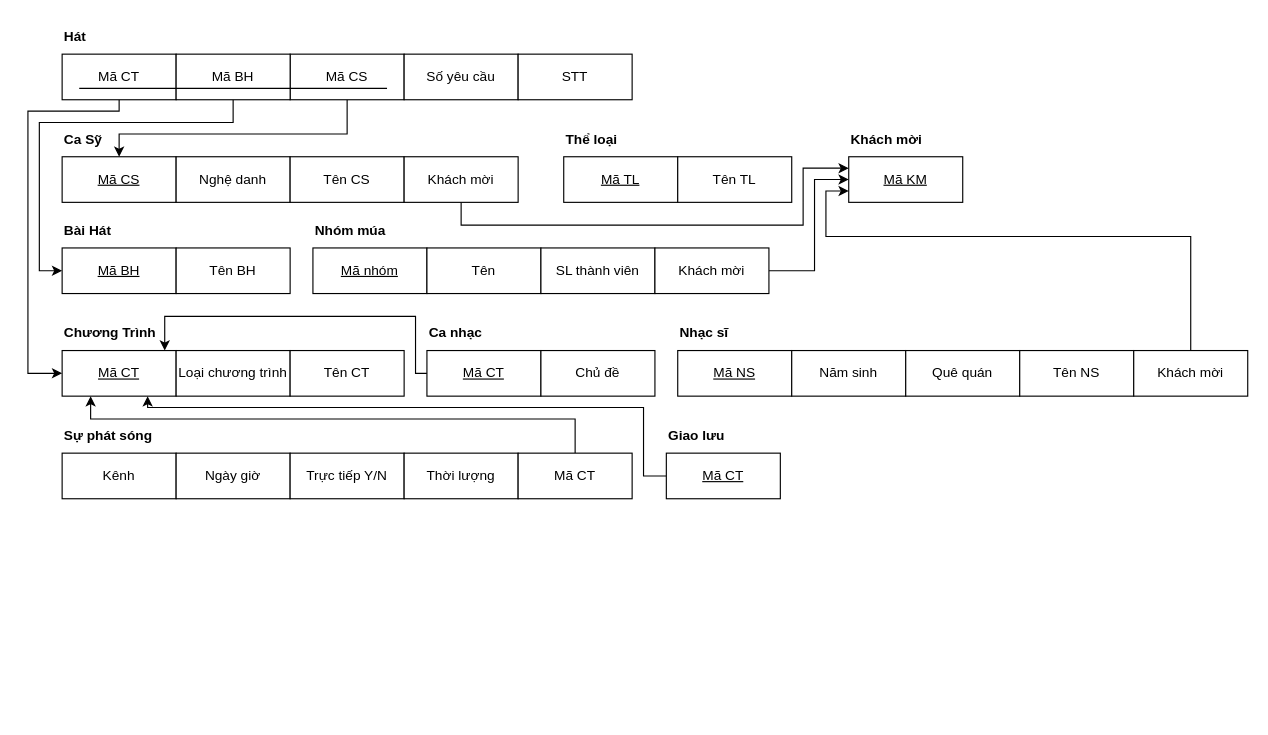
This is page "Page-4" (4 of 4) of lab3.drawio from quangmnh/drawio, a draw.io file, before an edit. Source tidied: cells renumbered, new cells numbered last; positions are measured from the earlier drawing's top-left corner, leaving out a move shared by most shapes. Both pictures are drawn from the tidied source at 114%, with x=0, y=0 at pixel (27, 19).
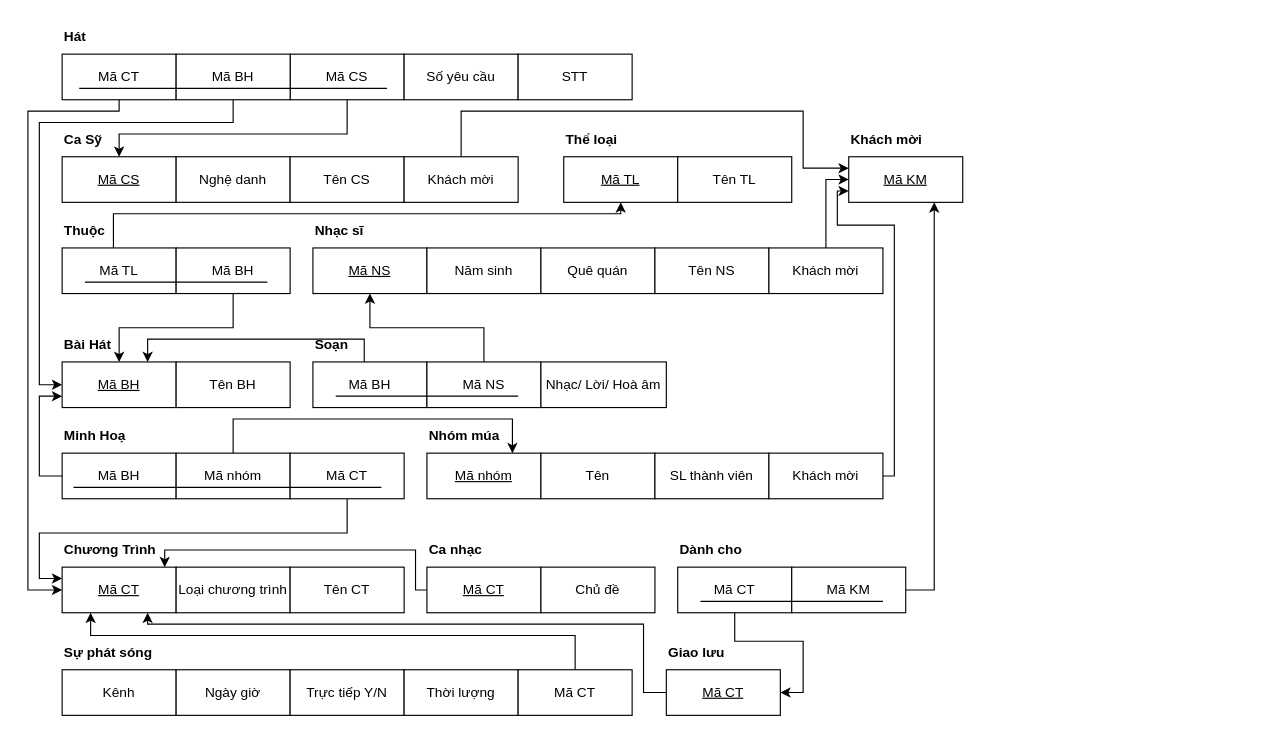
The same page after the edit.

Unchanged cells that the change refers to:
```xml
<mxCell id="29" value="&lt;u&gt;Mã TL&lt;/u&gt;" style="whiteSpace=wrap;html=1;align=center;" parent="1" vertex="1">
  <mxGeometry x="470" y="120" width="100" height="40" as="geometry" />
</mxCell>
<mxCell id="37" value="&lt;u&gt;Mã KM&lt;/u&gt;" style="whiteSpace=wrap;html=1;align=center;" parent="1" vertex="1">
  <mxGeometry x="720" y="120" width="100" height="40" as="geometry" />
</mxCell>
<mxCell id="40" value="Khách mời" style="whiteSpace=wrap;html=1;align=center;" parent="1" vertex="1">
  <mxGeometry x="330" y="120" width="100" height="40" as="geometry" />
</mxCell>
<mxCell id="46" value="Mã CT" style="whiteSpace=wrap;html=1;align=center;" parent="1" vertex="1">
  <mxGeometry x="30" y="30" width="100" height="40" as="geometry" />
</mxCell>
<mxCell id="51" value="Mã BH" style="whiteSpace=wrap;html=1;align=center;" parent="1" vertex="1">
  <mxGeometry x="130" y="30" width="100" height="40" as="geometry" />
</mxCell>
```

What changed in the source:
```diff
@@
     <mxCell id="6" value="&lt;u&gt;Mã BH&lt;/u&gt;" style="whiteSpace=wrap;html=1;align=center;" parent="1" vertex="1">
-      <mxGeometry x="30" y="200" width="100" height="40" as="geometry" />
+      <mxGeometry x="30" y="300" width="100" height="40" as="geometry" />
     </mxCell>
     <mxCell id="7" value="Tên BH" style="whiteSpace=wrap;html=1;align=center;" parent="1" vertex="1">
-      <mxGeometry x="130" y="200" width="100" height="40" as="geometry" />
+      <mxGeometry x="130" y="300" width="100" height="40" as="geometry" />
     </mxCell>
     <mxCell id="8" value="&lt;b&gt;Bài Hát&lt;/b&gt;" style="text;html=1;strokeColor=none;fillColor=none;align=left;verticalAlign=middle;whiteSpace=wrap;rounded=0;" parent="1" vertex="1">
-      <mxGeometry x="30" y="170" width="60" height="30" as="geometry" />
+      <mxGeometry x="30" y="270" width="60" height="30" as="geometry" />
     </mxCell>
     <mxCell id="9" value="&lt;u&gt;Mã CT&lt;/u&gt;" style="whiteSpace=wrap;html=1;align=center;" parent="1" vertex="1">
-      <mxGeometry x="30" y="290" width="100" height="40" as="geometry" />
+      <mxGeometry x="30" y="480" width="100" height="40" as="geometry" />
     </mxCell>
     <mxCell id="10" value="Loại chương trình" style="whiteSpace=wrap;html=1;align=center;" parent="1" vertex="1">
-      <mxGeometry x="130" y="290" width="100" height="40" as="geometry" />
+      <mxGeometry x="130" y="480" width="100" height="40" as="geometry" />
     </mxCell>
     <mxCell id="11" value="&lt;b&gt;Chương Trình&lt;/b&gt;" style="text;html=1;strokeColor=none;fillColor=none;align=left;verticalAlign=middle;whiteSpace=wrap;rounded=0;" parent="1" vertex="1">
-      <mxGeometry x="30" y="260" width="90" height="30" as="geometry" />
+      <mxGeometry x="30" y="450" width="90" height="30" as="geometry" />
     </mxCell>
     <mxCell id="12" value="Tên CT" style="whiteSpace=wrap;html=1;align=center;" parent="1" vertex="1">
-      <mxGeometry x="230" y="290" width="100" height="40" as="geometry" />
+      <mxGeometry x="230" y="480" width="100" height="40" as="geometry" />
     </mxCell>
     <mxCell id="13" value="Kênh" style="whiteSpace=wrap;html=1;align=center;" parent="1" vertex="1">
-      <mxGeometry x="30" y="380" width="100" height="40" as="geometry" />
+      <mxGeometry x="30" y="570" width="100" height="40" as="geometry" />
     </mxCell>
     <mxCell id="14" value="Ngày giờ" style="whiteSpace=wrap;html=1;align=center;" parent="1" vertex="1">
-      <mxGeometry x="130" y="380" width="100" height="40" as="geometry" />
+      <mxGeometry x="130" y="570" width="100" height="40" as="geometry" />
     </mxCell>
     <mxCell id="15" value="&lt;b&gt;Sự phát sóng&lt;/b&gt;" style="text;html=1;strokeColor=none;fillColor=none;align=left;verticalAlign=middle;whiteSpace=wrap;rounded=0;" parent="1" vertex="1">
-      <mxGeometry x="30" y="350" width="90" height="30" as="geometry" />
+      <mxGeometry x="30" y="540" width="90" height="30" as="geometry" />
     </mxCell>
     <mxCell id="16" value="Trực tiếp Y/N" style="whiteSpace=wrap;html=1;align=center;" parent="1" vertex="1">
-      <mxGeometry x="230" y="380" width="100" height="40" as="geometry" />
+      <mxGeometry x="230" y="570" width="100" height="40" as="geometry" />
     </mxCell>
     <mxCell id="17" value="Thời lượng" style="whiteSpace=wrap;html=1;align=center;" parent="1" vertex="1">
-      <mxGeometry x="330" y="380" width="100" height="40" as="geometry" />
+      <mxGeometry x="330" y="570" width="100" height="40" as="geometry" />
     </mxCell>
     <mxCell id="18" style="edgeStyle=orthogonalEdgeStyle;rounded=0;jettySize=auto;html=1;exitX=0;exitY=0.5;exitDx=0;exitDy=0;entryX=1;entryY=1;entryDx=0;entryDy=0;" parent="1" edge="1" source="19" target="11">
       <mxGeometry relative="1" as="geometry">
         <Array as="points">
-          <mxPoint x="340" y="310" />
-          <mxPoint x="340" y="260" />
-          <mxPoint x="120" y="260" />
+          <mxPoint x="340" y="500" />
+          <mxPoint x="340" y="465" />
+          <mxPoint x="120" y="465" />
         </Array>
       </mxGeometry>
     </mxCell>
     <mxCell id="19" value="&lt;u&gt;Mã CT&lt;/u&gt;" style="whiteSpace=wrap;html=1;align=center;" parent="1" vertex="1">
-      <mxGeometry x="350" y="290" width="100" height="40" as="geometry" />
+      <mxGeometry x="350" y="480" width="100" height="40" as="geometry" />
     </mxCell>
     <mxCell id="20" value="&lt;b&gt;Ca nhạc&lt;/b&gt;" style="text;html=1;strokeColor=none;fillColor=none;align=left;verticalAlign=middle;whiteSpace=wrap;rounded=0;" parent="1" vertex="1">
-      <mxGeometry x="350" y="260" width="90" height="30" as="geometry" />
+      <mxGeometry x="350" y="450" width="90" height="30" as="geometry" />
     </mxCell>
     <mxCell id="21" value="Chủ đề" style="whiteSpace=wrap;html=1;align=center;" parent="1" vertex="1">
-      <mxGeometry x="450" y="290" width="100" height="40" as="geometry" />
+      <mxGeometry x="450" y="480" width="100" height="40" as="geometry" />
     </mxCell>
     <mxCell id="22" style="edgeStyle=orthogonalEdgeStyle;rounded=0;jettySize=auto;html=1;exitX=0;exitY=0.5;exitDx=0;exitDy=0;entryX=0.75;entryY=1;entryDx=0;entryDy=0;" parent="1" edge="1" source="23" target="9">
       <mxGeometry relative="1" as="geometry">
         <Array as="points">
-          <mxPoint x="540" y="400" />
-          <mxPoint x="540" y="340" />
-          <mxPoint x="105" y="340" />
+          <mxPoint x="540" y="590" />
+          <mxPoint x="540" y="530" />
+          <mxPoint x="105" y="530" />
         </Array>
       </mxGeometry>
     </mxCell>
     <mxCell id="23" value="&lt;u&gt;Mã CT&lt;/u&gt;" style="whiteSpace=wrap;html=1;align=center;" parent="1" vertex="1">
-      <mxGeometry x="560" y="380" width="100" height="40" as="geometry" />
+      <mxGeometry x="560" y="570" width="100" height="40" as="geometry" />
     </mxCell>
     <mxCell id="24" value="&lt;b&gt;Giao lưu&lt;/b&gt;" style="text;html=1;strokeColor=none;fillColor=none;align=left;verticalAlign=middle;whiteSpace=wrap;rounded=0;" parent="1" vertex="1">
-      <mxGeometry x="560" y="350" width="90" height="30" as="geometry" />
+      <mxGeometry x="560" y="540" width="90" height="30" as="geometry" />
     </mxCell>
     <mxCell id="25" value="&lt;u&gt;Mã nhóm&lt;/u&gt;" style="whiteSpace=wrap;html=1;align=center;" parent="1" vertex="1">
-      <mxGeometry x="250" y="200" width="100" height="40" as="geometry" />
+      <mxGeometry x="350" y="380" width="100" height="40" as="geometry" />
     </mxCell>
     <mxCell id="26" value="&lt;b&gt;Nhóm múa&lt;/b&gt;" style="text;html=1;strokeColor=none;fillColor=none;align=left;verticalAlign=middle;whiteSpace=wrap;rounded=0;" parent="1" vertex="1">
-      <mxGeometry x="250" y="170" width="90" height="30" as="geometry" />
+      <mxGeometry x="350" y="350" width="90" height="30" as="geometry" />
     </mxCell>
     <mxCell id="27" value="Tên" style="whiteSpace=wrap;html=1;align=center;" parent="1" vertex="1">
-      <mxGeometry x="350" y="200" width="100" height="40" as="geometry" />
+      <mxGeometry x="450" y="380" width="100" height="40" as="geometry" />
     </mxCell>
     <mxCell id="28" value="SL thành viên" style="whiteSpace=wrap;html=1;align=center;" parent="1" vertex="1">
-      <mxGeometry x="450" y="200" width="100" height="40" as="geometry" />
+      <mxGeometry x="550" y="380" width="100" height="40" as="geometry" />
     </mxCell>
@@
     <mxCell id="32" value="&lt;u&gt;Mã NS&lt;/u&gt;" style="whiteSpace=wrap;html=1;align=center;" parent="1" vertex="1">
-      <mxGeometry x="570" y="290" width="100" height="40" as="geometry" />
+      <mxGeometry x="250" y="200" width="100" height="40" as="geometry" />
     </mxCell>
     <mxCell id="33" value="&lt;b&gt;Nhạc sĩ&lt;/b&gt;" style="text;html=1;strokeColor=none;fillColor=none;align=left;verticalAlign=middle;whiteSpace=wrap;rounded=0;" parent="1" vertex="1">
-      <mxGeometry x="570" y="260" width="90" height="30" as="geometry" />
+      <mxGeometry x="250" y="170" width="90" height="30" as="geometry" />
     </mxCell>
     <mxCell id="34" value="Năm sinh" style="whiteSpace=wrap;html=1;align=center;" parent="1" vertex="1">
-      <mxGeometry x="670" y="290" width="100" height="40" as="geometry" />
+      <mxGeometry x="350" y="200" width="100" height="40" as="geometry" />
     </mxCell>
     <mxCell id="35" value="Quê quán" style="whiteSpace=wrap;html=1;align=center;" parent="1" vertex="1">
-      <mxGeometry x="770" y="290" width="100" height="40" as="geometry" />
+      <mxGeometry x="450" y="200" width="100" height="40" as="geometry" />
     </mxCell>
     <mxCell id="36" value="Tên NS" style="whiteSpace=wrap;html=1;align=center;" parent="1" vertex="1">
-      <mxGeometry x="870" y="290" width="100" height="40" as="geometry" />
+      <mxGeometry x="550" y="200" width="100" height="40" as="geometry" />
     </mxCell>
@@
     <mxCell id="39" style="edgeStyle=orthogonalEdgeStyle;rounded=0;jettySize=auto;html=1;exitX=0.5;exitY=1;exitDx=0;exitDy=0;" parent="1" edge="1" source="40">
       <mxGeometry relative="1" as="geometry">
         <mxPoint x="720" y="130" as="targetPoint" />
         <Array as="points">
-          <mxPoint x="380" y="180" />
-          <mxPoint x="680" y="180" />
+          <mxPoint x="380" y="80" />
+          <mxPoint x="680" y="80" />
           <mxPoint x="680" y="130" />
         </Array>
       </mxGeometry>
     </mxCell>
@@
-    <mxCell id="41" style="edgeStyle=orthogonalEdgeStyle;rounded=0;jettySize=auto;html=1;exitX=1;exitY=0.5;exitDx=0;exitDy=0;entryX=0;entryY=0.5;entryDx=0;entryDy=0;" parent="1" edge="1" source="42" target="37">
+    <mxCell id="41" style="edgeStyle=orthogonalEdgeStyle;rounded=0;jettySize=auto;html=1;exitX=1;exitY=0.5;exitDx=0;exitDy=0;entryX=0;entryY=0.75;entryDx=0;entryDy=0;" parent="1" edge="1" source="42" target="37">
       <mxGeometry relative="1" as="geometry">
         <Array as="points">
-          <mxPoint x="690" y="220" />
-          <mxPoint x="690" y="140" />
+          <mxPoint x="760" y="400" />
+          <mxPoint x="760" y="180" />
+          <mxPoint x="710" y="180" />
+          <mxPoint x="710" y="150" />
         </Array>
       </mxGeometry>
     </mxCell>
     <mxCell id="42" value="Khách mời" style="whiteSpace=wrap;html=1;align=center;" parent="1" vertex="1">
-      <mxGeometry x="550" y="200" width="100" height="40" as="geometry" />
+      <mxGeometry x="650" y="380" width="100" height="40" as="geometry" />
     </mxCell>
-    <mxCell id="43" style="edgeStyle=orthogonalEdgeStyle;rounded=0;jettySize=auto;html=1;exitX=0.5;exitY=0;exitDx=0;exitDy=0;entryX=0;entryY=0.75;entryDx=0;entryDy=0;" parent="1" edge="1" source="44" target="37">
+    <mxCell id="43" style="edgeStyle=orthogonalEdgeStyle;rounded=0;jettySize=auto;html=1;exitX=0.5;exitY=0;exitDx=0;exitDy=0;entryX=0;entryY=0.5;entryDx=0;entryDy=0;" parent="1" edge="1" source="44" target="37">
       <mxGeometry relative="1" as="geometry">
         <Array as="points">
-          <mxPoint x="1020" y="190" />
-          <mxPoint x="700" y="190" />
-          <mxPoint x="700" y="150" />
+          <mxPoint x="700" y="140" />
         </Array>
       </mxGeometry>
     </mxCell>
     <mxCell id="44" value="Khách mời" style="whiteSpace=wrap;html=1;align=center;" parent="1" vertex="1">
-      <mxGeometry x="970" y="290" width="100" height="40" as="geometry" />
+      <mxGeometry x="650" y="200" width="100" height="40" as="geometry" />
     </mxCell>
     <mxCell id="45" style="edgeStyle=orthogonalEdgeStyle;rounded=0;jettySize=auto;html=1;exitX=0.5;exitY=1;exitDx=0;exitDy=0;entryX=0;entryY=0.5;entryDx=0;entryDy=0;" parent="1" edge="1" source="46" target="9">
       <mxGeometry relative="1" as="geometry">
         <Array as="points">
           <mxPoint x="80" y="80" />
           <mxPoint y="80" />
-          <mxPoint y="310" />
+          <mxPoint y="500" />
         </Array>
       </mxGeometry>
     </mxCell>
@@
     <mxCell id="50" style="edgeStyle=orthogonalEdgeStyle;rounded=0;jettySize=auto;html=1;exitX=0.5;exitY=1;exitDx=0;exitDy=0;entryX=0;entryY=0.5;entryDx=0;entryDy=0;" parent="1" edge="1" source="51" target="6">
       <mxGeometry relative="1" as="geometry">
         <Array as="points">
           <mxPoint x="180" y="90" />
           <mxPoint x="10" y="90" />
-          <mxPoint x="10" y="220" />
+          <mxPoint x="10" y="320" />
         </Array>
       </mxGeometry>
     </mxCell>
@@
     <mxCell id="55" style="edgeStyle=orthogonalEdgeStyle;rounded=0;jettySize=auto;html=1;exitX=0.5;exitY=0;exitDx=0;exitDy=0;entryX=0.25;entryY=1;entryDx=0;entryDy=0;" parent="1" edge="1" source="56" target="9">
       <mxGeometry relative="1" as="geometry">
         <Array as="points">
-          <mxPoint x="480" y="350" />
-          <mxPoint x="55" y="350" />
+          <mxPoint x="480" y="540" />
+          <mxPoint x="55" y="540" />
         </Array>
       </mxGeometry>
     </mxCell>
     <mxCell id="56" value="Mã CT" style="whiteSpace=wrap;html=1;align=center;" parent="1" vertex="1">
-      <mxGeometry x="430" y="380" width="100" height="40" as="geometry" />
+      <mxGeometry x="430" y="570" width="100" height="40" as="geometry" />
     </mxCell>
+    <mxCell id="57" style="edgeStyle=orthogonalEdgeStyle;rounded=0;jettySize=auto;html=1;exitX=0;exitY=0.5;exitDx=0;exitDy=0;entryX=0;entryY=0.75;entryDx=0;entryDy=0;" parent="1" edge="1" source="58" target="6">
+      <mxGeometry relative="1" as="geometry" />
+    </mxCell>
+    <mxCell id="58" value="Mã BH" style="whiteSpace=wrap;html=1;align=center;" parent="1" vertex="1">
+      <mxGeometry x="30" y="380" width="100" height="40" as="geometry" />
+    </mxCell>
+    <mxCell id="59" value="&lt;b&gt;Minh Hoạ&lt;/b&gt;" style="text;html=1;strokeColor=none;fillColor=none;align=left;verticalAlign=middle;whiteSpace=wrap;rounded=0;" parent="1" vertex="1">
+      <mxGeometry x="30" y="350" width="90" height="30" as="geometry" />
+    </mxCell>
+    <mxCell id="60" style="edgeStyle=orthogonalEdgeStyle;rounded=0;jettySize=auto;html=1;exitX=0.5;exitY=0;exitDx=0;exitDy=0;entryX=0.75;entryY=0;entryDx=0;entryDy=0;" parent="1" edge="1" source="61" target="25">
+      <mxGeometry relative="1" as="geometry">
+        <Array as="points">
+          <mxPoint x="180" y="350" />
+          <mxPoint x="425" y="350" />
+        </Array>
+      </mxGeometry>
+    </mxCell>
+    <mxCell id="61" value="Mã nhóm" style="whiteSpace=wrap;html=1;align=center;" parent="1" vertex="1">
+      <mxGeometry x="130" y="380" width="100" height="40" as="geometry" />
+    </mxCell>
+    <mxCell id="62" style="edgeStyle=orthogonalEdgeStyle;rounded=0;jettySize=auto;html=1;exitX=0.5;exitY=1;exitDx=0;exitDy=0;entryX=0;entryY=0.25;entryDx=0;entryDy=0;" parent="1" edge="1" source="63" target="9">
+      <mxGeometry relative="1" as="geometry" />
+    </mxCell>
+    <mxCell id="63" value="Mã CT" style="whiteSpace=wrap;html=1;align=center;" parent="1" vertex="1">
+      <mxGeometry x="230" y="380" width="100" height="40" as="geometry" />
+    </mxCell>
+    <mxCell id="64" style="endArrow=none;html=1;rounded=0;edgeStyle=orthogonalEdgeStyle;" parent="1" edge="1">
+      <mxGeometry relative="1" as="geometry">
+        <mxPoint x="40" y="410" as="sourcePoint" />
+        <mxPoint x="310" y="410" as="targetPoint" />
+      </mxGeometry>
+    </mxCell>
+    <mxCell id="65" value="Mã TL" style="whiteSpace=wrap;html=1;align=center;" parent="1" vertex="1">
+      <mxGeometry x="30" y="200" width="100" height="40" as="geometry" />
+    </mxCell>
+    <mxCell id="66" style="edgeStyle=orthogonalEdgeStyle;rounded=0;jettySize=auto;html=1;exitX=0.5;exitY=1;exitDx=0;exitDy=0;entryX=0.5;entryY=1;entryDx=0;entryDy=0;" parent="1" edge="1" source="67" target="29">
+      <mxGeometry relative="1" as="geometry">
+        <Array as="points">
+          <mxPoint x="75" y="170" />
+          <mxPoint x="520" y="170" />
+        </Array>
+      </mxGeometry>
+    </mxCell>
+    <mxCell id="67" value="&lt;b&gt;Thuộc&lt;/b&gt;" style="text;html=1;strokeColor=none;fillColor=none;align=left;verticalAlign=middle;whiteSpace=wrap;rounded=0;" parent="1" vertex="1">
+      <mxGeometry x="30" y="170" width="90" height="30" as="geometry" />
+    </mxCell>
+    <mxCell id="68" style="edgeStyle=orthogonalEdgeStyle;rounded=0;jettySize=auto;html=1;exitX=0.5;exitY=1;exitDx=0;exitDy=0;entryX=0.5;entryY=0;entryDx=0;entryDy=0;" parent="1" edge="1" source="69" target="6">
+      <mxGeometry relative="1" as="geometry" />
+    </mxCell>
+    <mxCell id="69" value="Mã BH" style="whiteSpace=wrap;html=1;align=center;" parent="1" vertex="1">
+      <mxGeometry x="130" y="200" width="100" height="40" as="geometry" />
+    </mxCell>
+    <mxCell id="70" style="endArrow=none;html=1;rounded=0;edgeStyle=orthogonalEdgeStyle;" parent="1" edge="1">
+      <mxGeometry relative="1" as="geometry">
+        <mxPoint x="50" y="230" as="sourcePoint" />
+        <mxPoint x="210" y="230" as="targetPoint" />
+      </mxGeometry>
+    </mxCell>
+    <mxCell id="71" value="Mã BH" style="whiteSpace=wrap;html=1;align=center;" parent="1" vertex="1">
+      <mxGeometry x="250" y="300" width="100" height="40" as="geometry" />
+    </mxCell>
+    <mxCell id="72" style="edgeStyle=orthogonalEdgeStyle;rounded=0;jettySize=auto;html=1;exitX=0.75;exitY=1;exitDx=0;exitDy=0;entryX=0.75;entryY=0;entryDx=0;entryDy=0;" parent="1" edge="1" source="73" target="6">
+      <mxGeometry relative="1" as="geometry">
+        <Array as="points">
+          <mxPoint x="295" y="280" />
+          <mxPoint x="105" y="280" />
+        </Array>
+      </mxGeometry>
+    </mxCell>
+    <mxCell id="73" value="&lt;b&gt;Soạn&lt;/b&gt;" style="text;html=1;strokeColor=none;fillColor=none;align=left;verticalAlign=middle;whiteSpace=wrap;rounded=0;" parent="1" vertex="1">
+      <mxGeometry x="250" y="270" width="60" height="30" as="geometry" />
+    </mxCell>
+    <mxCell id="74" style="edgeStyle=orthogonalEdgeStyle;rounded=0;jettySize=auto;html=1;exitX=0.5;exitY=0;exitDx=0;exitDy=0;entryX=0.5;entryY=1;entryDx=0;entryDy=0;" parent="1" edge="1" source="75" target="32">
+      <mxGeometry relative="1" as="geometry" />
+    </mxCell>
+    <mxCell id="75" value="Mã NS" style="whiteSpace=wrap;html=1;align=center;" parent="1" vertex="1">
+      <mxGeometry x="350" y="300" width="100" height="40" as="geometry" />
+    </mxCell>
+    <mxCell id="76" value="Nhạc/ Lời/ Hoà âm" style="whiteSpace=wrap;html=1;align=center;" parent="1" vertex="1">
+      <mxGeometry x="450" y="300" width="110" height="40" as="geometry" />
+    </mxCell>
+    <mxCell id="77" style="endArrow=none;html=1;rounded=0;edgeStyle=orthogonalEdgeStyle;" parent="1" edge="1">
+      <mxGeometry relative="1" as="geometry">
+        <mxPoint x="270" y="330" as="sourcePoint" />
+        <mxPoint x="430" y="330" as="targetPoint" />
+      </mxGeometry>
+    </mxCell>
+    <mxCell id="78" style="edgeStyle=orthogonalEdgeStyle;rounded=0;jettySize=auto;html=1;exitX=0.5;exitY=1;exitDx=0;exitDy=0;entryX=1;entryY=0.5;entryDx=0;entryDy=0;" parent="1" edge="1" source="79" target="23">
+      <mxGeometry relative="1" as="geometry" />
+    </mxCell>
+    <mxCell id="79" value="Mã CT" style="whiteSpace=wrap;html=1;align=center;" parent="1" vertex="1">
+      <mxGeometry x="570" y="480" width="100" height="40" as="geometry" />
+    </mxCell>
+    <mxCell id="80" value="&lt;b&gt;Dành cho&lt;/b&gt;" style="text;html=1;strokeColor=none;fillColor=none;align=left;verticalAlign=middle;whiteSpace=wrap;rounded=0;" parent="1" vertex="1">
+      <mxGeometry x="570" y="450" width="90" height="30" as="geometry" />
+    </mxCell>
+    <mxCell id="81" style="edgeStyle=orthogonalEdgeStyle;rounded=0;jettySize=auto;html=1;exitX=1;exitY=0.5;exitDx=0;exitDy=0;entryX=0.75;entryY=1;entryDx=0;entryDy=0;" parent="1" edge="1" source="82" target="37">
+      <mxGeometry relative="1" as="geometry" />
+    </mxCell>
+    <mxCell id="82" value="Mã KM" style="whiteSpace=wrap;html=1;align=center;" parent="1" vertex="1">
+      <mxGeometry x="670" y="480" width="100" height="40" as="geometry" />
+    </mxCell>
+    <mxCell id="83" style="endArrow=none;html=1;rounded=0;edgeStyle=orthogonalEdgeStyle;" parent="1" edge="1">
+      <mxGeometry relative="1" as="geometry">
+        <mxPoint x="590" y="510" as="sourcePoint" />
+        <mxPoint x="750" y="510" as="targetPoint" />
+      </mxGeometry>
+    </mxCell>
```
